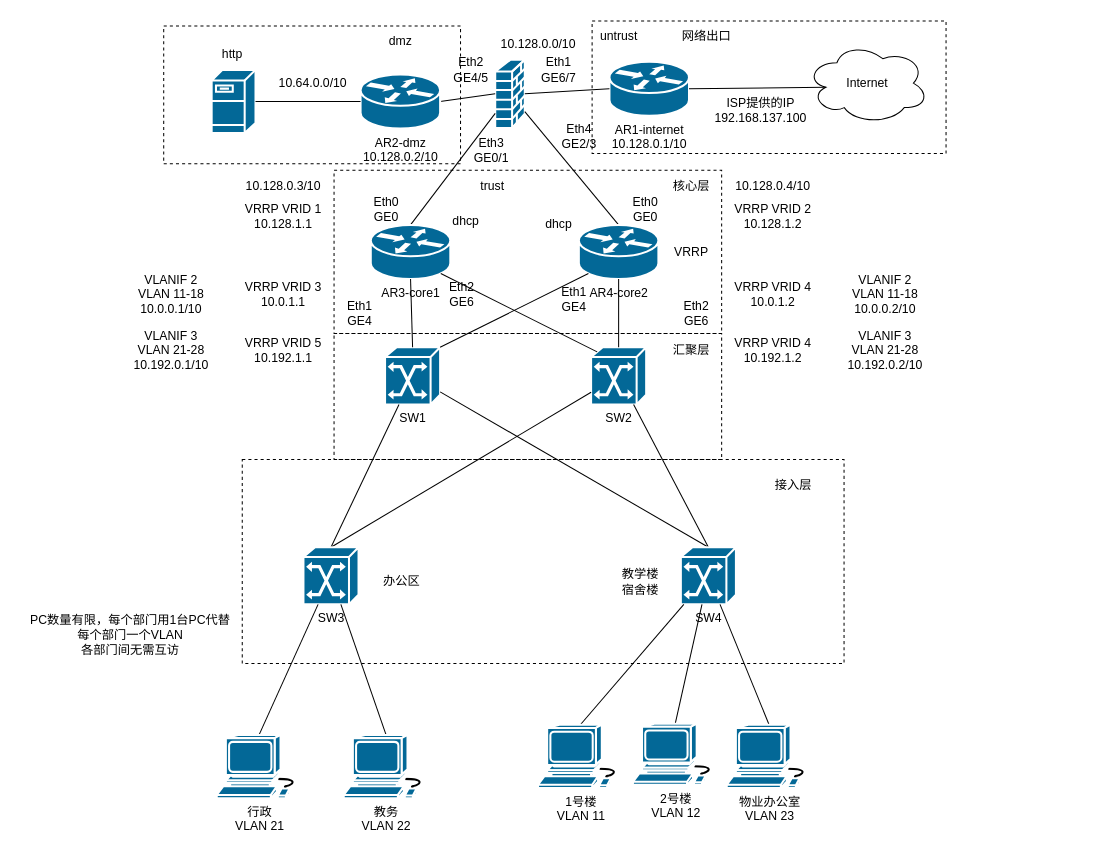
Before: ne24.drawio in HPLZH/draw, a draw.io diagram. Source tidied: cells renumbered, new cells numbered last; positions are measured from the earlier drawing's top-left corner, leaving out a move shared by most shapes. Both pictures are drawn from the tidied source at 102%, with x=0, y=0 at pixel (17, 20).
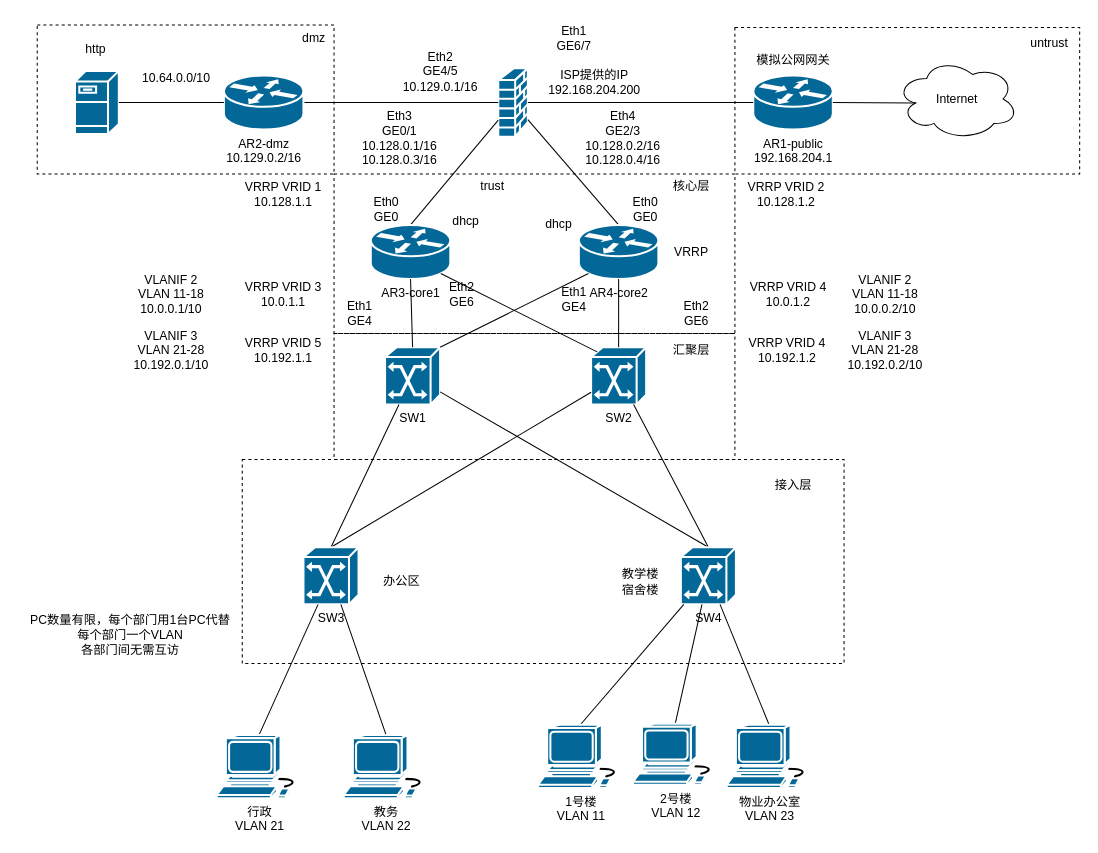
The same diagram, later.

What changed in the source:
```diff
@@
     <mxCell id="2" style="whiteSpace=wrap;html=1;fillColor=none;dashed=1;" parent="1" vertex="1">
-      <mxGeometry x="143" y="5" width="291" height="135" as="geometry" />
+      <mxGeometry x="19" y="4" width="291" height="146" as="geometry" />
     </mxCell>
     <mxCell id="3" style="whiteSpace=wrap;html=1;fillColor=none;dashed=1;" parent="1" vertex="1">
-      <mxGeometry x="563" width="347" height="130" as="geometry" />
+      <mxGeometry x="703" y="6.5" width="338" height="143.5" as="geometry" />
     </mxCell>
     <mxCell id="4" style="whiteSpace=wrap;html=1;fillColor=none;dashed=1;" parent="1" vertex="1">
-      <mxGeometry x="310" y="146.5" width="380" height="160" as="geometry" />
+      <mxGeometry x="310" y="150" width="393" height="156.5" as="geometry" />
     </mxCell>
     <mxCell id="5" style="whiteSpace=wrap;html=1;fillColor=none;dashed=1;" parent="1" vertex="1">
-      <mxGeometry x="310" y="306.5" width="380" height="123.5" as="geometry" />
+      <mxGeometry x="310" y="306.5" width="393" height="123.5" as="geometry" />
     </mxCell>
@@
-    <mxCell id="7" value="AR1-internet&lt;div&gt;10.128.0.1/10&lt;/div&gt;" style="shape=mxgraph.cisco.routers.router;sketch=0;html=1;dashed=0;fillColor=#036897;strokeColor=#ffffff;strokeWidth=2;verticalLabelPosition=bottom;verticalAlign=top;align=center;outlineConnect=0;" parent="1" vertex="1">
-      <mxGeometry x="580" y="40" width="78" height="53" as="geometry" />
+    <mxCell id="7" value="AR1-public&lt;div&gt;192.168.204.1&lt;/div&gt;" style="shape=mxgraph.cisco.routers.router;sketch=0;html=1;dashed=0;fillColor=#036897;strokeColor=#ffffff;strokeWidth=2;verticalLabelPosition=bottom;verticalAlign=top;align=center;outlineConnect=0;" parent="1" vertex="1">
+      <mxGeometry x="721" y="53.5" width="78" height="53" as="geometry" />
     </mxCell>
     <mxCell id="8" value="Internet" style="ellipse;shape=cloud;whiteSpace=wrap;html=1;" parent="1" vertex="1">
-      <mxGeometry x="773" y="21" width="120" height="80" as="geometry" />
+      <mxGeometry x="861" y="36.5" width="120" height="80" as="geometry" />
     </mxCell>
@@
     <mxCell id="10" style="shape=mxgraph.cisco.security.firewall;sketch=0;html=1;dashed=0;fillColor=#036897;strokeColor=#ffffff;strokeWidth=2;verticalLabelPosition=bottom;verticalAlign=top;align=center;outlineConnect=0;" parent="1" vertex="1">
-      <mxGeometry x="468" y="38" width="29" height="67" as="geometry" />
+      <mxGeometry x="471" y="46.5" width="29" height="67" as="geometry" />
     </mxCell>
@@
     <mxCell id="12" style="shape=mxgraph.cisco.servers.fileserver;sketch=0;html=1;dashed=0;fillColor=#036897;strokeColor=#ffffff;strokeWidth=2;verticalLabelPosition=bottom;verticalAlign=top;align=center;outlineConnect=0;" parent="1" vertex="1">
-      <mxGeometry x="190" y="48" width="43" height="62" as="geometry" />
+      <mxGeometry x="56" y="49" width="43" height="62" as="geometry" />
     </mxCell>
@@
-    <mxCell id="20" value="AR2-dmz&lt;div&gt;10.128.0.2/10&lt;/div&gt;" style="shape=mxgraph.cisco.routers.router;sketch=0;html=1;dashed=0;fillColor=#036897;strokeColor=#ffffff;strokeWidth=2;verticalLabelPosition=bottom;verticalAlign=top;align=center;outlineConnect=0;" parent="1" vertex="1">
-      <mxGeometry x="336" y="52.5" width="78" height="53" as="geometry" />
+    <mxCell id="20" value="AR2-dmz&lt;div&gt;10.129.0.2/16&lt;/div&gt;" style="shape=mxgraph.cisco.routers.router;sketch=0;html=1;dashed=0;fillColor=#036897;strokeColor=#ffffff;strokeWidth=2;verticalLabelPosition=bottom;verticalAlign=top;align=center;outlineConnect=0;" parent="1" vertex="1">
+      <mxGeometry x="202" y="53.5" width="78" height="53" as="geometry" />
     </mxCell>
@@
     <mxCell id="39" value="dmz" style="text;html=1;align=center;verticalAlign=middle;strokeColor=none;fillColor=none;" parent="1" vertex="1">
-      <mxGeometry x="354.5" y="7" width="41" height="26" as="geometry" />
+      <mxGeometry x="269" y="4" width="41" height="26" as="geometry" />
     </mxCell>
@@
     <mxCell id="41" value="untrust" style="text;html=1;align=center;verticalAlign=middle;strokeColor=none;fillColor=none;" parent="1" vertex="1">
-      <mxGeometry x="559" width="60" height="30" as="geometry" />
+      <mxGeometry x="981" y="6.5" width="60" height="30" as="geometry" />
     </mxCell>
@@
-    <mxCell id="43" value="网络出口" style="text;html=1;align=center;verticalAlign=middle;strokeColor=none;fillColor=none;" parent="1" vertex="1">
-      <mxGeometry x="640" width="70" height="30" as="geometry" />
-    </mxCell>
@@
     <mxCell id="47" value="http" style="text;html=1;align=center;verticalAlign=middle;strokeColor=none;fillColor=none;" parent="1" vertex="1">
-      <mxGeometry x="190" y="18" width="40" height="30" as="geometry" />
+      <mxGeometry x="56" y="13" width="40" height="30" as="geometry" />
     </mxCell>
@@
     <mxCell id="51" value="10.64.0.0/10" style="text;html=1;align=center;verticalAlign=middle;strokeColor=none;fillColor=none;" parent="1" vertex="1">
-      <mxGeometry x="244" y="46" width="90" height="30" as="geometry" />
+      <mxGeometry x="110" y="41" width="90" height="30" as="geometry" />
     </mxCell>
-    <mxCell id="52" value="10.128.0.0/10" style="text;html=1;align=center;verticalAlign=middle;strokeColor=none;fillColor=none;" parent="1" vertex="1">
-      <mxGeometry x="460" y="8" width="100" height="30" as="geometry" />
-    </mxCell>
-    <mxCell id="53" value="ISP提供的IP&lt;div&gt;192.168.137.100&lt;/div&gt;" style="text;html=1;align=center;verticalAlign=middle;strokeColor=none;fillColor=none;" parent="1" vertex="1">
-      <mxGeometry x="673" y="68" width="110" height="40" as="geometry" />
+    <mxCell id="53" value="ISP提供的IP&lt;div&gt;192.168.204.200&lt;/div&gt;" style="text;html=1;align=center;verticalAlign=middle;strokeColor=none;fillColor=none;" parent="1" vertex="1">
+      <mxGeometry x="510" y="40" width="110" height="40" as="geometry" />
     </mxCell>
@@
-    <mxCell id="65" value="&lt;div&gt;Eth3&lt;/div&gt;GE0/1" style="text;html=1;align=center;verticalAlign=middle;strokeColor=none;fillColor=none;" parent="1" vertex="1">
-      <mxGeometry x="434" y="106.5" width="60" height="40" as="geometry" />
+    <mxCell id="65" value="&lt;div&gt;Eth3&lt;/div&gt;GE0/1&lt;div&gt;10.128.0.1/16&lt;/div&gt;&lt;div&gt;10.128.0.3/16&lt;/div&gt;" style="text;html=1;align=center;verticalAlign=middle;strokeColor=none;fillColor=none;" parent="1" vertex="1">
+      <mxGeometry x="324" y="80" width="100" height="70" as="geometry" />
     </mxCell>
-    <mxCell id="66" value="&lt;div&gt;Eth4&lt;/div&gt;GE2/3" style="text;html=1;align=center;verticalAlign=middle;strokeColor=none;fillColor=none;" parent="1" vertex="1">
-      <mxGeometry x="519.5" y="93" width="60" height="40" as="geometry" />
+    <mxCell id="66" value="&lt;div&gt;Eth4&lt;/div&gt;GE2/3&lt;div&gt;10.128.0.2/16&lt;/div&gt;&lt;div&gt;10.128.0.4/16&lt;/div&gt;" style="text;html=1;align=center;verticalAlign=middle;strokeColor=none;fillColor=none;" parent="1" vertex="1">
+      <mxGeometry x="543" y="80" width="100" height="70" as="geometry" />
     </mxCell>
-    <mxCell id="67" value="&lt;div&gt;Eth2&lt;/div&gt;GE4/5" style="text;html=1;align=center;verticalAlign=middle;strokeColor=none;fillColor=none;" parent="1" vertex="1">
-      <mxGeometry x="414" y="28" width="60" height="40" as="geometry" />
+    <mxCell id="67" value="&lt;div&gt;Eth2&lt;/div&gt;GE4/5&lt;div&gt;10.129.0.1/16&lt;/div&gt;" style="text;html=1;align=center;verticalAlign=middle;strokeColor=none;fillColor=none;" parent="1" vertex="1">
+      <mxGeometry x="364" y="20" width="100" height="60" as="geometry" />
     </mxCell>
     <mxCell id="68" value="&lt;div&gt;Eth1&lt;/div&gt;GE6/7" style="text;html=1;align=center;verticalAlign=middle;strokeColor=none;fillColor=none;" parent="1" vertex="1">
-      <mxGeometry x="500" y="28" width="60" height="40" as="geometry" />
+      <mxGeometry x="514.5" y="-3" width="60" height="40" as="geometry" />
     </mxCell>
-    <mxCell id="69" value="10.128.0.3/10" style="text;html=1;align=center;verticalAlign=middle;strokeColor=none;fillColor=none;" parent="1" vertex="1">
-      <mxGeometry x="210" y="146.5" width="100" height="30" as="geometry" />
-    </mxCell>
-    <mxCell id="70" value="10.128.0.4/10" style="text;html=1;align=center;verticalAlign=middle;strokeColor=none;fillColor=none;" parent="1" vertex="1">
-      <mxGeometry x="690" y="146.5" width="100" height="30" as="geometry" />
-    </mxCell>
     <mxCell id="71" value="VRRP VRID 1&lt;div&gt;10.128.1.1&lt;/div&gt;" style="text;html=1;align=center;verticalAlign=middle;strokeColor=none;fillColor=none;" parent="1" vertex="1">
-      <mxGeometry x="210" y="171.5" width="100" height="40" as="geometry" />
+      <mxGeometry x="210" y="150" width="100" height="40" as="geometry" />
     </mxCell>
     <mxCell id="72" value="VRRP VRID 2&lt;div&gt;10.128.1.2&lt;/div&gt;" style="text;html=1;align=center;verticalAlign=middle;strokeColor=none;fillColor=none;" parent="1" vertex="1">
-      <mxGeometry x="690" y="171.5" width="100" height="40" as="geometry" />
+      <mxGeometry x="703" y="150" width="100" height="40" as="geometry" />
     </mxCell>
@@
     <mxCell id="74" value="VRRP VRID 4&lt;div&gt;10.0.1.2&lt;/div&gt;" style="text;html=1;align=center;verticalAlign=middle;strokeColor=none;fillColor=none;" parent="1" vertex="1">
-      <mxGeometry x="690" y="248" width="100" height="40" as="geometry" />
+      <mxGeometry x="705" y="248" width="100" height="40" as="geometry" />
     </mxCell>
@@
     <mxCell id="79" value="VRRP VRID 4&lt;div&gt;10.192.1.2&lt;/div&gt;" style="text;html=1;align=center;verticalAlign=middle;strokeColor=none;fillColor=none;" parent="1" vertex="1">
-      <mxGeometry x="690" y="303" width="100" height="40" as="geometry" />
+      <mxGeometry x="704" y="303" width="100" height="40" as="geometry" />
     </mxCell>
@@
+    <mxCell id="81" value="模拟公网网关" style="text;html=1;align=center;verticalAlign=middle;strokeColor=none;fillColor=none;" parent="1" vertex="1">
+      <mxGeometry x="710" y="23.5" width="100" height="30" as="geometry" />
+    </mxCell>
```
